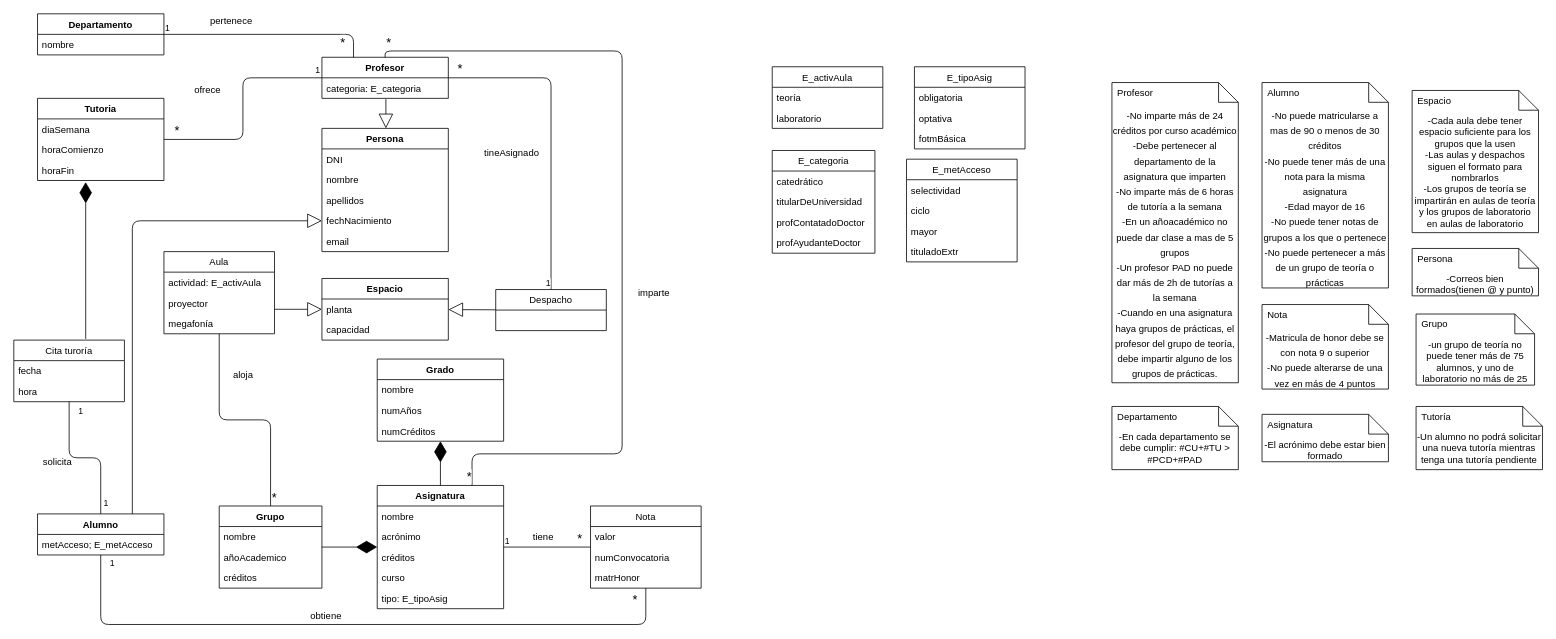
Above: Untitled Diagram.drawio in albertobemo7/Draw.io (draw.io), before the change. Source tidied: cells renumbered, new cells numbered last; positions are measured from the earlier drawing's top-left corner, leaving out a move shared by most shapes. Both pictures are drawn from the tidied source at 79%, with x=0, y=0 at pixel (13, 13).
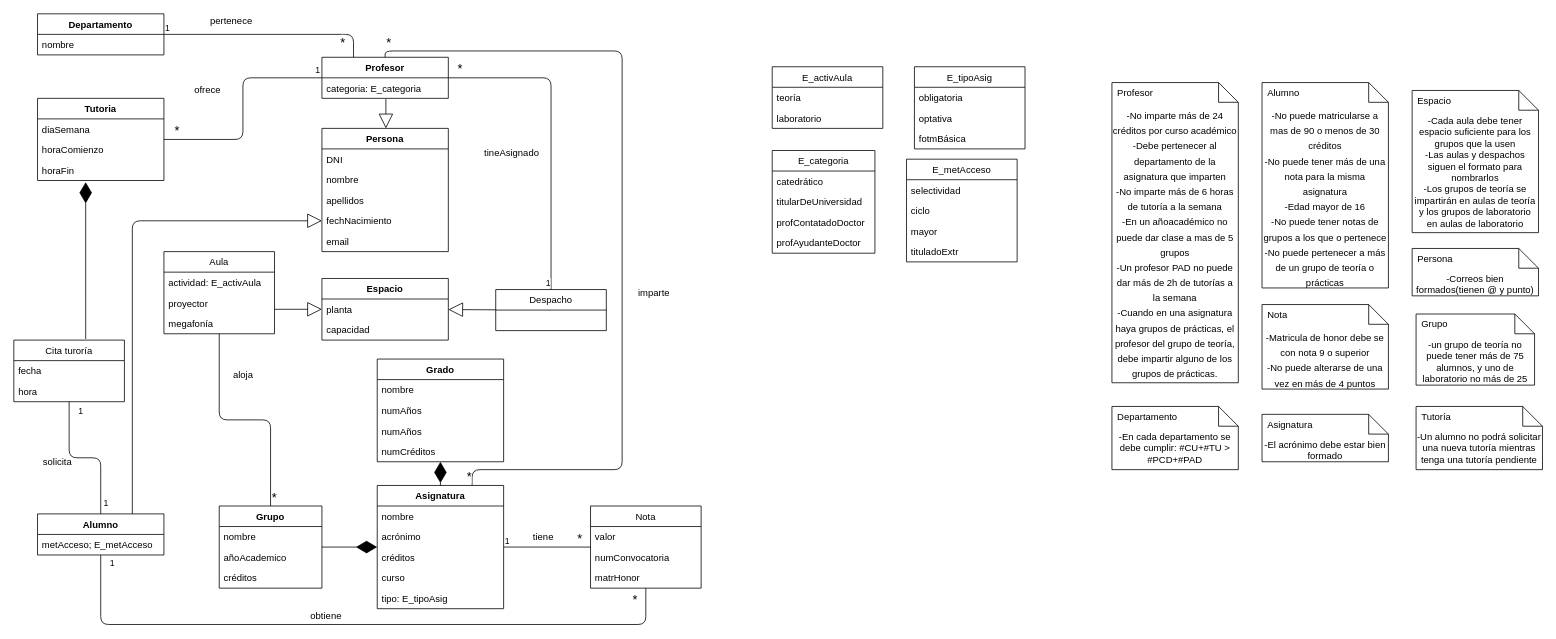
Above is the later version.

The change refers to these unchanged cells:
```xml
<mxCell id="4" value="Asignatura" style="swimlane;fontStyle=1;align=center;verticalAlign=top;horizontal=1;startSize=26;" parent="1" vertex="1">
  <mxGeometry x="460" y="597" width="160" height="156" as="geometry" />
</mxCell>
<mxCell id="23" value="Profesor" style="swimlane;fontStyle=1;align=center;verticalAlign=top;horizontal=1;startSize=26;" parent="1" vertex="1">
  <mxGeometry x="390" y="55" width="160" height="52" as="geometry" />
</mxCell>
```

Change to the diagram source:
```diff
@@
     <mxCell id="10" value="Grado" style="swimlane;fontStyle=1;align=center;verticalAlign=top;horizontal=1;startSize=26;" parent="1" vertex="1">
-      <mxGeometry x="460" y="437" width="160" height="104" as="geometry" />
+      <mxGeometry x="460" y="437" width="160" height="130" as="geometry" />
     </mxCell>
@@
+    <mxCell id="120" value="numAños" style="text;strokeColor=none;fillColor=none;align=left;verticalAlign=top;spacingLeft=4;spacingRight=4;overflow=hidden;" parent="10" vertex="1">
+      <mxGeometry y="52" width="160" height="26" as="geometry" />
+    </mxCell>
     <mxCell id="12" value="numAños" style="text;strokeColor=none;fillColor=none;align=left;verticalAlign=top;spacingLeft=4;spacingRight=4;overflow=hidden;" parent="10" vertex="1">
-      <mxGeometry y="52" width="160" height="26" as="geometry" />
+      <mxGeometry y="78" width="160" height="26" as="geometry" />
     </mxCell>
     <mxCell id="13" value="numCréditos" style="text;strokeColor=none;fillColor=none;align=left;verticalAlign=top;spacingLeft=4;spacingRight=4;overflow=hidden;" parent="10" vertex="1">
-      <mxGeometry y="78" width="160" height="26" as="geometry" />
+      <mxGeometry y="104" width="160" height="26" as="geometry" />
     </mxCell>
@@
     <mxCell id="68" style="endArrow=none;html=1;edgeStyle=orthogonalEdgeStyle;" parent="1" edge="1" source="23" target="4">
       <mxGeometry relative="1" as="geometry">
         <Array as="points">
           <mxPoint x="470" y="47" />
           <mxPoint x="770" y="47" />
-          <mxPoint x="770" y="557" />
-          <mxPoint x="580" y="557" />
+          <mxPoint x="770" y="577" />
+          <mxPoint x="580" y="577" />
         </Array>
       </mxGeometry>
     </mxCell>
```
